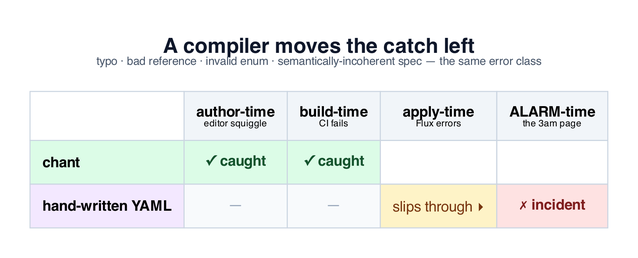
Above: posts/infra-compiler-diagrams/02-shift-left.png in INTENTIUS/chant (Graphviz), before the change. Its source is kept beside it as posts/infra-compiler-diagrams/02-shift-left.dot. The source it was exported from:
```dot
digraph shift_left {
  rankdir=TB
  labelloc="t"
  label=<<b>A compiler moves the catch left</b><br/><font point-size="11" color="#475569">typo · bad reference · invalid enum · semantically-incoherent spec — the same error class</font><br/> >
  graph [fontname="Helvetica,Arial,sans-serif" bgcolor="transparent" pad="0.4" fontsize=20 fontcolor="#0F172A"]
  node  [fontname="Helvetica,Arial,sans-serif" shape=plaintext margin=0]

  grid [label=<
    <table border="0" cellborder="1" cellspacing="0" cellpadding="11" color="#CBD5E1">
      <tr>
        <td bgcolor="#FFFFFF00"></td>
        <td bgcolor="#F1F5F9"><b>author-time</b><br/><font point-size="9">editor squiggle</font></td>
        <td bgcolor="#F1F5F9"><b>build-time</b><br/><font point-size="9">CI fails</font></td>
        <td bgcolor="#F1F5F9"><b>apply-time</b><br/><font point-size="9">Flux errors</font></td>
        <td bgcolor="#F1F5F9"><b>ALARM-time</b><br/><font point-size="9">the 3am page</font></td>
      </tr>
      <tr>
        <td bgcolor="#DCFCE7" align="left"><b>chant</b></td>
        <td bgcolor="#DCFCE7"><font color="#14532D"><b>✓ caught</b></font></td>
        <td bgcolor="#DCFCE7"><font color="#14532D"><b>✓ caught</b></font></td>
        <td bgcolor="#FFFFFF00"></td>
        <td bgcolor="#FFFFFF00"></td>
      </tr>
      <tr>
        <td bgcolor="#F3E8FF" align="left"><b>hand-written YAML</b></td>
        <td bgcolor="#F8FAFC"><font color="#94A3B8">—</font></td>
        <td bgcolor="#F8FAFC"><font color="#94A3B8">—</font></td>
        <td bgcolor="#FEF3C7"><font color="#78350F">slips through ▸</font></td>
        <td bgcolor="#FEE2E2"><font color="#7F1D1D"><b>✗ incident</b></font></td>
      </tr>
    </table>
  >]
}
```
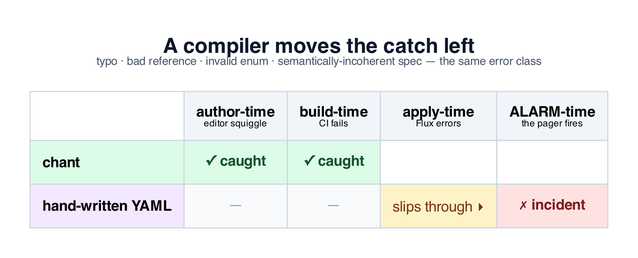
After the commit.

What changed in the source:
```diff
@@ -12,7 +12,7 @@
         <td bgcolor="#F1F5F9"><b>author-time</b><br/><font point-size="9">editor squiggle</font></td>
         <td bgcolor="#F1F5F9"><b>build-time</b><br/><font point-size="9">CI fails</font></td>
         <td bgcolor="#F1F5F9"><b>apply-time</b><br/><font point-size="9">Flux errors</font></td>
-        <td bgcolor="#F1F5F9"><b>ALARM-time</b><br/><font point-size="9">the 3am page</font></td>
+        <td bgcolor="#F1F5F9"><b>ALARM-time</b><br/><font point-size="9">the pager fires</font></td>
       </tr>
       <tr>
         <td bgcolor="#DCFCE7" align="left"><b>chant</b></td>
```
